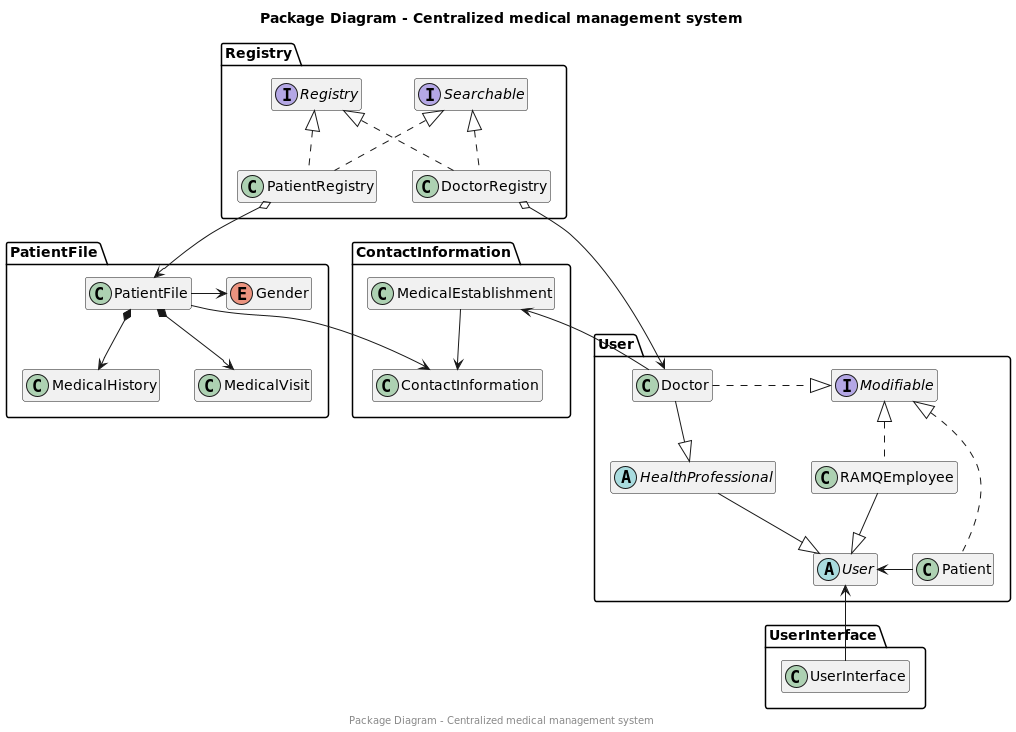
Before: Models/pngs/PackageDiagram.png, a diagram exported from PlantUML (AmineSdi/PROJET_JAVAFX).
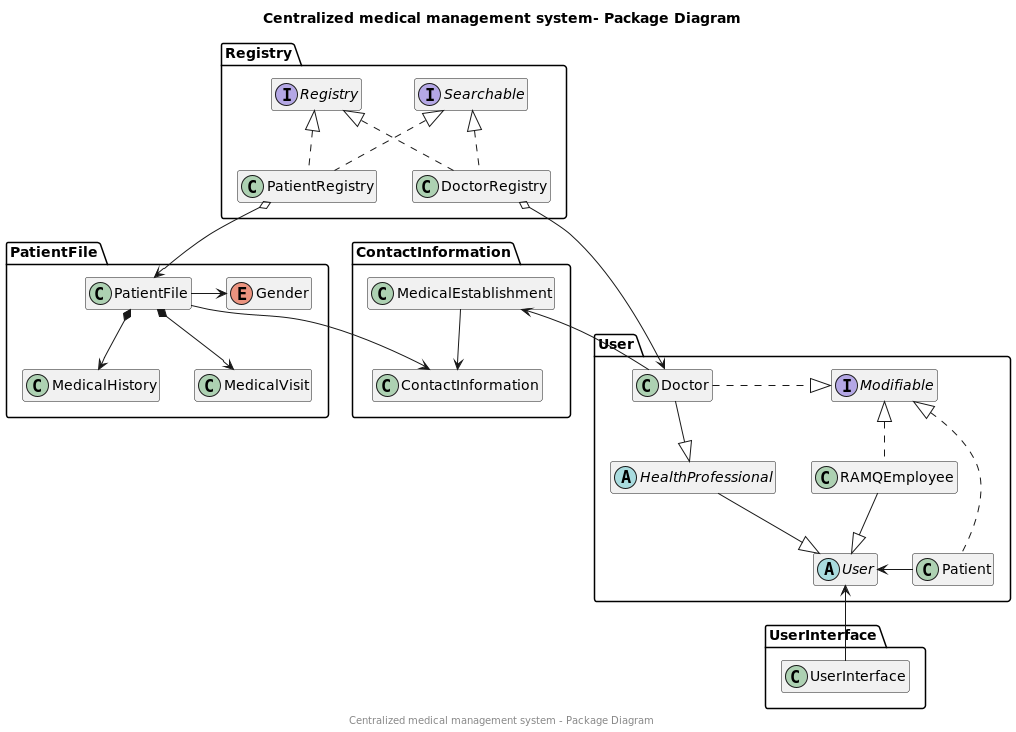
Above is the later version.

Change to the diagram source:
```diff
@@ -1,6 +1,6 @@
 @startuml
-title Package Diagram - Centralized medical management system
-center footer Package Diagram - Centralized medical management system
+title Centralized medical management system- Package Diagram
+center footer Centralized medical management system - Package Diagram
 !include common.style
 package PatientFile {
     class PatientFile
```
